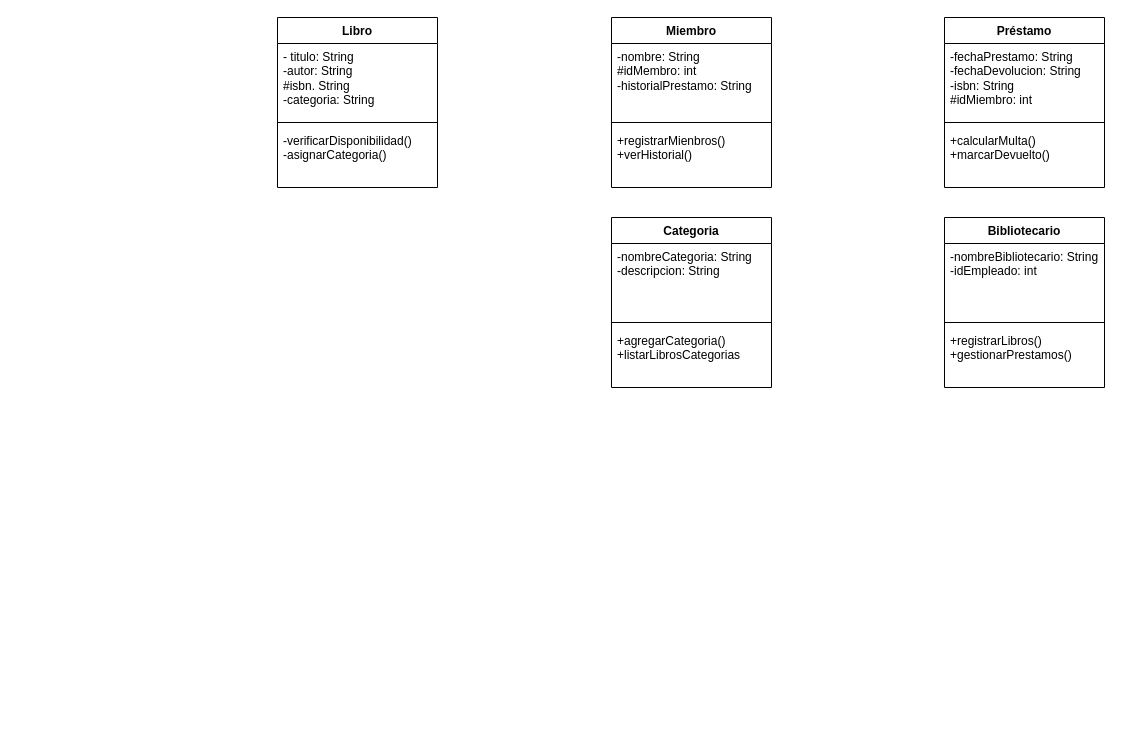
This is ut4/a1/Biblioteca_ETS.drawio from JulianGH19/ETS_DAM, a draw.io file, before an edit. Source tidied: cells renumbered, new cells numbered last; positions are measured from the earlier drawing's top-left corner, leaving out a move shared by most shapes. Both pictures are drawn from the tidied source at 100%, with x=0, y=0 at pixel (277, 17).
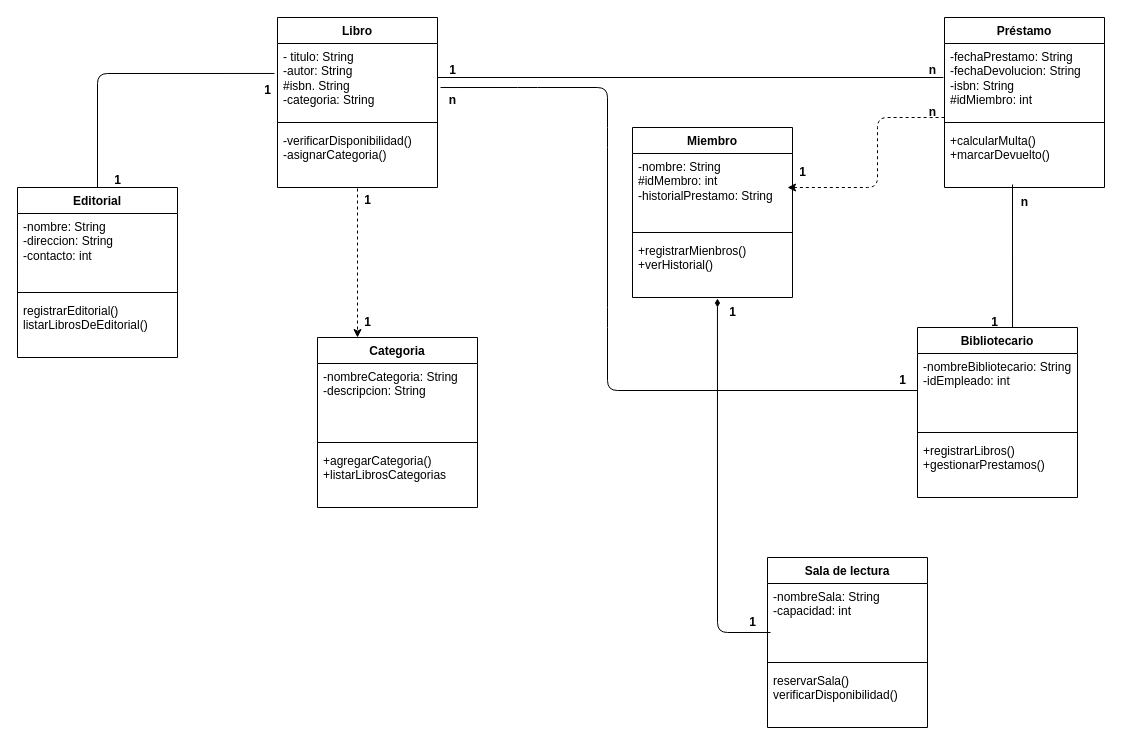
Above is the later version.

Commit message (it also covers changes not shown here):
ultimo diagrama de clases

Unchanged cells that the change refers to:
```xml
<mxCell id="3" value="- titulo: String&lt;div&gt;-autor: String&lt;/div&gt;&lt;div&gt;#isbn. String&lt;/div&gt;&lt;div&gt;-categoria: String&lt;/div&gt;&lt;div&gt;&lt;br&gt;&lt;/div&gt;" style="text;strokeColor=none;fillColor=none;align=left;verticalAlign=top;spacingLeft=4;spacingRight=4;overflow=hidden;points=[[0,0.5],[1,0.5]];portConstraint=eastwest;whiteSpace=wrap;html=1;" parent="2" vertex="1">
  <mxGeometry y="26" width="160" height="74" as="geometry" />
</mxCell>
<mxCell id="5" value="-verificarDisponibilidad()&lt;div&gt;-asignarCategoria()&lt;/div&gt;" style="text;strokeColor=none;fillColor=none;align=left;verticalAlign=top;spacingLeft=4;spacingRight=4;overflow=hidden;points=[[0,0.5],[1,0.5]];portConstraint=eastwest;whiteSpace=wrap;html=1;" parent="2" vertex="1">
  <mxGeometry y="110" width="160" height="60" as="geometry" />
</mxCell>
<mxCell id="9" value="+registrarMienbros()&lt;div&gt;+verHistorial()&lt;/div&gt;" style="text;strokeColor=none;fillColor=none;align=left;verticalAlign=top;spacingLeft=4;spacingRight=4;overflow=hidden;points=[[0,0.5],[1,0.5]];portConstraint=eastwest;whiteSpace=wrap;html=1;" parent="6" vertex="1">
  <mxGeometry y="110" width="160" height="60" as="geometry" />
</mxCell>
<mxCell id="13" value="+calcularMulta()&lt;div&gt;+marcarDevuelto()&lt;/div&gt;" style="text;strokeColor=none;fillColor=none;align=left;verticalAlign=top;spacingLeft=4;spacingRight=4;overflow=hidden;points=[[0,0.5],[1,0.5]];portConstraint=eastwest;whiteSpace=wrap;html=1;" parent="10" vertex="1">
  <mxGeometry y="110" width="160" height="60" as="geometry" />
</mxCell>
<mxCell id="15" value="-nombreBibliotecario: String&lt;div&gt;-idEmpleado: int&lt;/div&gt;&lt;div&gt;&lt;br&gt;&lt;/div&gt;" style="text;strokeColor=none;fillColor=none;align=left;verticalAlign=top;spacingLeft=4;spacingRight=4;overflow=hidden;points=[[0,0.5],[1,0.5]];portConstraint=eastwest;whiteSpace=wrap;html=1;" parent="14" vertex="1">
  <mxGeometry y="26" width="160" height="74" as="geometry" />
</mxCell>
```

What changed in the source:
```diff
@@
     <mxCell id="6" value="Miembro" style="swimlane;fontStyle=1;align=center;verticalAlign=top;horizontal=1;startSize=26;whiteSpace=wrap;html=1;" parent="1" vertex="1">
-      <mxGeometry x="334" width="160" height="170" as="geometry" />
+      <mxGeometry x="355" y="110" width="160" height="170" as="geometry" />
     </mxCell>
@@
     <mxCell id="14" value="Bibliotecario" style="swimlane;fontStyle=1;align=center;verticalAlign=top;horizontal=1;startSize=26;whiteSpace=wrap;html=1;" parent="1" vertex="1">
-      <mxGeometry x="667" y="200" width="160" height="170" as="geometry" />
+      <mxGeometry x="640" y="310" width="160" height="170" as="geometry" />
     </mxCell>
@@
     <mxCell id="18" value="Categoria" style="swimlane;fontStyle=1;align=center;verticalAlign=top;horizontal=1;startSize=26;whiteSpace=wrap;html=1;" parent="1" vertex="1">
-      <mxGeometry x="334" y="200" width="160" height="170" as="geometry" />
+      <mxGeometry x="40" y="320" width="160" height="170" as="geometry" />
     </mxCell>
@@
+    <mxCell id="22" style="edgeStyle=none;html=1;exitX=0;exitY=1;exitDx=0;exitDy=0;endArrow=none;endFill=0;exitPerimeter=0;dashed=1;startArrow=classic;startFill=1;" parent="1" edge="1" source="27">
+      <mxGeometry relative="1" as="geometry">
+        <mxPoint x="667" y="100" as="targetPoint" />
+        <Array as="points">
+          <mxPoint x="600" y="170" />
+          <mxPoint x="600" y="100" />
+        </Array>
+      </mxGeometry>
+    </mxCell>
+    <mxCell id="23" value="&lt;b&gt;1&lt;/b&gt;" style="text;html=1;align=center;verticalAlign=middle;strokeColor=none;fillColor=none;" parent="1" vertex="1">
+      <mxGeometry x="160" y="38" width="30" height="30" as="geometry" />
+    </mxCell>
+    <mxCell id="24" value="&lt;b&gt;n&lt;/b&gt;" style="text;html=1;align=center;verticalAlign=middle;strokeColor=none;fillColor=none;" parent="1" vertex="1">
+      <mxGeometry x="640" y="38" width="30" height="30" as="geometry" />
+    </mxCell>
+    <mxCell id="25" style="edgeStyle=none;html=1;exitX=0;exitY=0;exitDx=0;exitDy=0;endArrow=none;endFill=0;" parent="1" edge="1">
+      <mxGeometry relative="1" as="geometry">
+        <mxPoint x="665.9" y="60" as="sourcePoint" />
+        <mxPoint x="160" y="60" as="targetPoint" />
+      </mxGeometry>
+    </mxCell>
+    <mxCell id="26" value="&lt;b&gt;n&lt;/b&gt;" style="text;html=1;align=center;verticalAlign=middle;strokeColor=none;fillColor=none;" parent="1" vertex="1">
+      <mxGeometry x="640" y="80" width="30" height="30" as="geometry" />
+    </mxCell>
+    <mxCell id="27" value="&lt;b&gt;1&lt;/b&gt;" style="text;html=1;align=center;verticalAlign=middle;points=[];strokeColor=none;fillColor=none;" parent="1" vertex="1">
+      <mxGeometry x="510" y="140" width="30" height="30" as="geometry" />
+    </mxCell>
+    <mxCell id="28" style="edgeStyle=none;html=1;exitX=0.594;exitY=0;exitDx=0;exitDy=0;entryX=0.425;entryY=0.95;entryDx=0;entryDy=0;entryPerimeter=0;endArrow=none;endFill=0;exitPerimeter=0;" parent="1" edge="1" source="14" target="13">
+      <mxGeometry relative="1" as="geometry" />
+    </mxCell>
+    <mxCell id="29" value="&lt;b&gt;1&lt;/b&gt;" style="text;html=1;align=center;verticalAlign=middle;strokeColor=none;fillColor=none;" parent="1" vertex="1">
+      <mxGeometry x="702" y="290" width="30" height="30" as="geometry" />
+    </mxCell>
+    <mxCell id="30" value="&lt;b&gt;n&lt;/b&gt;" style="text;html=1;align=center;verticalAlign=middle;strokeColor=none;fillColor=none;" parent="1" vertex="1">
+      <mxGeometry x="732" y="170" width="30" height="30" as="geometry" />
+    </mxCell>
+    <mxCell id="31" style="edgeStyle=none;html=1;exitX=0;exitY=0.5;exitDx=0;exitDy=0;entryX=1.019;entryY=0.595;entryDx=0;entryDy=0;entryPerimeter=0;endArrow=none;endFill=0;" parent="1" edge="1" source="15" target="3">
+      <mxGeometry relative="1" as="geometry">
+        <Array as="points">
+          <mxPoint x="330" y="373" />
+          <mxPoint x="330" y="300" />
+          <mxPoint x="330" y="120" />
+          <mxPoint x="330" y="70" />
+          <mxPoint x="250" y="70" />
+        </Array>
+      </mxGeometry>
+    </mxCell>
+    <mxCell id="32" style="edgeStyle=none;html=1;exitX=0.5;exitY=1.017;exitDx=0;exitDy=0;entryX=0.25;entryY=0;entryDx=0;entryDy=0;exitPerimeter=0;endArrow=classic;endFill=1;dashed=1;" parent="1" edge="1" source="5" target="18">
+      <mxGeometry relative="1" as="geometry" />
+    </mxCell>
+    <mxCell id="33" value="&lt;b&gt;1&lt;/b&gt;" style="text;html=1;align=center;verticalAlign=middle;strokeColor=none;fillColor=none;" parent="1" vertex="1">
+      <mxGeometry x="75" y="168" width="30" height="30" as="geometry" />
+    </mxCell>
+    <mxCell id="34" value="&lt;b&gt;1&lt;/b&gt;" style="text;html=1;align=center;verticalAlign=middle;strokeColor=none;fillColor=none;" parent="1" vertex="1">
+      <mxGeometry x="75" y="290" width="30" height="30" as="geometry" />
+    </mxCell>
+    <mxCell id="35" value="&lt;b&gt;1&lt;/b&gt;" style="text;html=1;align=center;verticalAlign=middle;strokeColor=none;fillColor=none;" parent="1" vertex="1">
+      <mxGeometry x="610" y="348" width="30" height="30" as="geometry" />
+    </mxCell>
+    <mxCell id="36" value="&lt;b&gt;n&lt;/b&gt;" style="text;html=1;align=center;verticalAlign=middle;strokeColor=none;fillColor=none;" parent="1" vertex="1">
+      <mxGeometry x="160" y="68" width="30" height="30" as="geometry" />
+    </mxCell>
+    <mxCell id="37" value="Editorial" style="swimlane;fontStyle=1;align=center;verticalAlign=top;horizontal=1;startSize=26;whiteSpace=wrap;html=1;" parent="1" vertex="1">
+      <mxGeometry x="-260" y="170" width="160" height="170" as="geometry" />
+    </mxCell>
+    <mxCell id="38" value="&lt;div&gt;-nombre: String&lt;/div&gt;&lt;div&gt;-direccion: String&lt;/div&gt;&lt;div&gt;-contacto: int&lt;/div&gt;" style="text;strokeColor=none;fillColor=none;align=left;verticalAlign=top;spacingLeft=4;spacingRight=4;overflow=hidden;whiteSpace=wrap;html=1;" parent="37" vertex="1">
+      <mxGeometry y="26" width="160" height="74" as="geometry" />
+    </mxCell>
+    <mxCell id="39" style="line;strokeWidth=1;fillColor=none;align=left;verticalAlign=middle;spacingTop=-1;spacingLeft=3;spacingRight=3;labelPosition=right;strokeColor=inherit;" parent="37" vertex="1">
+      <mxGeometry y="100" width="160" height="10" as="geometry" />
+    </mxCell>
+    <mxCell id="40" value="&lt;div&gt;&lt;font color=&quot;#000000&quot;&gt;registrarEditorial()&lt;/font&gt;&lt;/div&gt;&lt;div&gt;&lt;font color=&quot;#000000&quot;&gt;listarLibrosDeEditorial()&lt;/font&gt;&lt;/div&gt;" style="text;strokeColor=none;fillColor=none;align=left;verticalAlign=top;spacingLeft=4;spacingRight=4;overflow=hidden;whiteSpace=wrap;html=1;" parent="37" vertex="1">
+      <mxGeometry y="110" width="160" height="60" as="geometry" />
+    </mxCell>
+    <mxCell id="41" value="Sala de lectura" style="swimlane;fontStyle=1;align=center;verticalAlign=top;horizontal=1;startSize=26;whiteSpace=wrap;html=1;" parent="1" vertex="1">
+      <mxGeometry x="490" y="540" width="160" height="170" as="geometry" />
+    </mxCell>
+    <mxCell id="42" value="-nombreSala: String&lt;div&gt;-capacidad: int&lt;/div&gt;" style="text;strokeColor=none;fillColor=none;align=left;verticalAlign=top;spacingLeft=4;spacingRight=4;overflow=hidden;points=[[0,0.5],[1,0.5]];portConstraint=eastwest;whiteSpace=wrap;html=1;" parent="41" vertex="1">
+      <mxGeometry y="26" width="160" height="74" as="geometry" />
+    </mxCell>
+    <mxCell id="43" style="line;strokeWidth=1;fillColor=none;align=left;verticalAlign=middle;spacingTop=-1;spacingLeft=3;spacingRight=3;labelPosition=right;strokeColor=inherit;" parent="41" vertex="1">
+      <mxGeometry y="100" width="160" height="10" as="geometry" />
+    </mxCell>
+    <mxCell id="44" value="&lt;div&gt;&lt;font color=&quot;#000000&quot;&gt;reservarSala()&lt;/font&gt;&lt;/div&gt;&lt;div&gt;&lt;font color=&quot;#000000&quot;&gt;verificarDisponibilidad()&lt;/font&gt;&lt;/div&gt;" style="text;strokeColor=none;fillColor=none;align=left;verticalAlign=top;spacingLeft=4;spacingRight=4;overflow=hidden;whiteSpace=wrap;html=1;" parent="41" vertex="1">
+      <mxGeometry y="110" width="160" height="60" as="geometry" />
+    </mxCell>
+    <mxCell id="45" style="edgeStyle=none;html=1;entryX=-0.019;entryY=0.405;entryDx=0;entryDy=0;entryPerimeter=0;endArrow=none;endFill=0;" parent="1" edge="1" source="37" target="3">
+      <mxGeometry relative="1" as="geometry">
+        <Array as="points">
+          <mxPoint x="-180" y="56" />
+        </Array>
+      </mxGeometry>
+    </mxCell>
+    <mxCell id="46" value="&lt;b&gt;1&lt;/b&gt;" style="text;html=1;align=center;verticalAlign=middle;strokeColor=none;fillColor=none;" parent="1" vertex="1">
+      <mxGeometry x="-25" y="58" width="30" height="30" as="geometry" />
+    </mxCell>
+    <mxCell id="47" value="&lt;b&gt;1&lt;/b&gt;" style="text;html=1;align=center;verticalAlign=middle;strokeColor=none;fillColor=none;" parent="1" vertex="1">
+      <mxGeometry x="-175" y="148" width="30" height="30" as="geometry" />
+    </mxCell>
+    <mxCell id="48" style="edgeStyle=none;html=1;exitX=0.531;exitY=1.017;exitDx=0;exitDy=0;entryX=0.019;entryY=0.662;entryDx=0;entryDy=0;entryPerimeter=0;exitPerimeter=0;endArrow=none;endFill=0;startArrow=diamondThin;startFill=1;" parent="1" edge="1" source="9" target="42">
+      <mxGeometry relative="1" as="geometry">
+        <Array as="points">
+          <mxPoint x="440" y="615" />
+        </Array>
+      </mxGeometry>
+    </mxCell>
+    <mxCell id="49" value="&lt;b&gt;1&lt;/b&gt;" style="text;html=1;align=center;verticalAlign=middle;strokeColor=none;fillColor=none;" parent="1" vertex="1">
+      <mxGeometry x="440" y="280" width="30" height="30" as="geometry" />
+    </mxCell>
+    <mxCell id="50" value="&lt;b&gt;1&lt;/b&gt;" style="text;html=1;align=center;verticalAlign=middle;strokeColor=none;fillColor=none;" parent="1" vertex="1">
+      <mxGeometry x="460" y="590" width="30" height="30" as="geometry" />
+    </mxCell>
```
